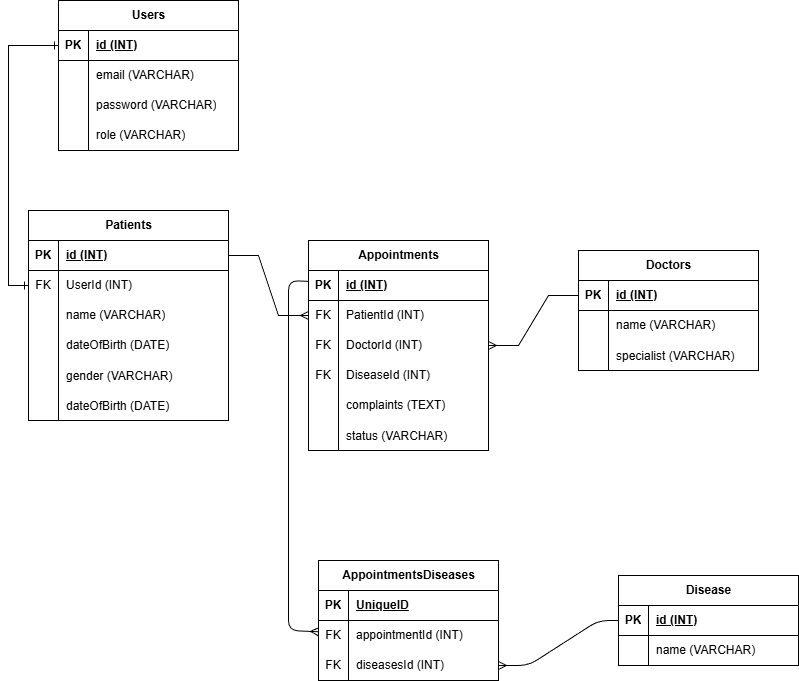
The draw.io diagram schema-db-Haidok.drawio.png in MaulanaAkhmad25/pair-project, before a commit. Source tidied: cells renumbered, new cells last; positions are measured from the earlier drawing's top-left corner, leaving out a move shared by most shapes.
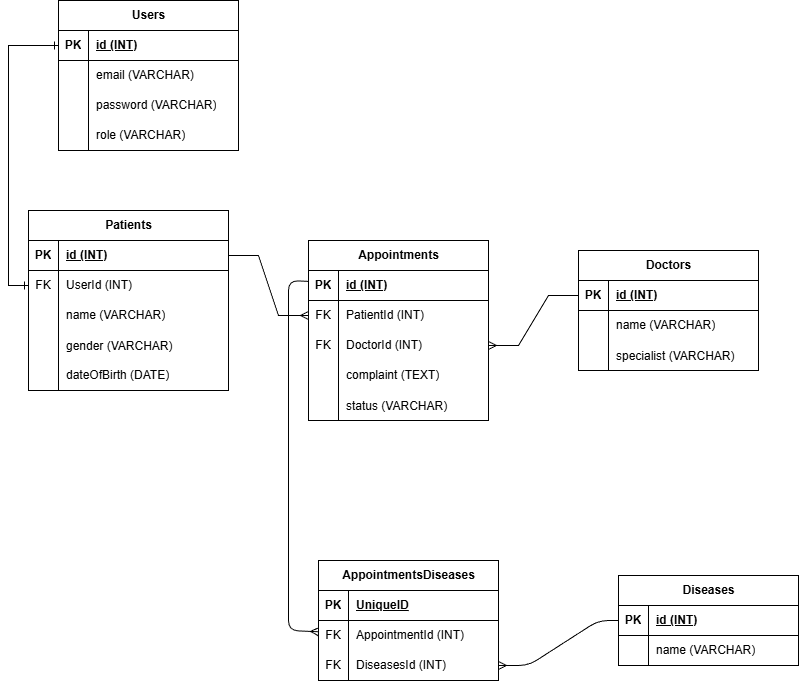
After the commit.

What changed in the source:
```diff
@@ -3,7 +3,7 @@
     <mxCell id="0" />
     <mxCell id="1" parent="0" />
     <mxCell id="2" value="Patients" style="shape=table;startSize=30;rowLines=0;fontStyle=1;align=center;html=1;" parent="1" vertex="1">
-      <mxGeometry x="20" y="210" width="200" height="210" as="geometry" />
+      <mxGeometry x="20" y="210" width="200" height="180" as="geometry" />
     </mxCell>
     <mxCell id="3" style="shape=tableRow;horizontal=0;startSize=0;swimlaneHead=0;swimlaneBody=0;fillColor=none;points=[[0,0.5],[1,0.5]];portConstraint=eastwest;top=0;left=0;right=0;bottom=1;" parent="2" vertex="1">
       <mxGeometry y="30" width="200" height="30" as="geometry" />
@@ -32,8 +32,17 @@
     <mxCell id="11" value="name (VARCHAR)" style="shape=partialRectangle;fillColor=none;top=0;left=0;bottom=0;right=0;align=left;spacingLeft=6;overflow=hidden;whiteSpace=wrap;html=1;" parent="9" vertex="1">
       <mxGeometry x="30" width="170" height="30" as="geometry" />
     </mxCell>
+    <mxCell id="15" style="shape=tableRow;horizontal=0;startSize=0;swimlaneHead=0;swimlaneBody=0;fillColor=none;top=0;left=0;right=0;bottom=0;" parent="2" vertex="1">
+      <mxGeometry y="120" width="200" height="30" as="geometry" />
+    </mxCell>
+    <mxCell id="16" style="shape=partialRectangle;fillColor=none;top=0;left=0;bottom=0;right=0;overflow=hidden;" parent="15" vertex="1">
+      <mxGeometry width="30" height="30" as="geometry" />
+    </mxCell>
+    <mxCell id="17" value="gender (VARCHAR)" style="shape=partialRectangle;fillColor=none;top=0;left=0;bottom=0;right=0;align=left;spacingLeft=6;overflow=hidden;" parent="15" vertex="1">
+      <mxGeometry x="30" width="170" height="30" as="geometry" />
+    </mxCell>
     <mxCell id="12" style="shape=tableRow;horizontal=0;startSize=0;swimlaneHead=0;swimlaneBody=0;fillColor=none;top=0;left=0;right=0;bottom=0;" parent="2" vertex="1">
-      <mxGeometry y="120" width="200" height="30" as="geometry" />
+      <mxGeometry y="150" width="200" height="30" as="geometry" />
     </mxCell>
     <mxCell id="13" style="shape=partialRectangle;fillColor=none;top=0;left=0;bottom=0;right=0;overflow=hidden;whiteSpace=wrap;html=1;" parent="12" vertex="1">
       <mxGeometry width="30" height="30" as="geometry" />
@@ -41,24 +50,6 @@
     <mxCell id="14" value="dateOfBirth (DATE)" style="shape=partialRectangle;fillColor=none;top=0;left=0;bottom=0;right=0;align=left;spacingLeft=6;overflow=hidden;whiteSpace=wrap;html=1;" parent="12" vertex="1">
       <mxGeometry x="30" width="170" height="30" as="geometry" />
     </mxCell>
-    <mxCell id="15" style="shape=tableRow;horizontal=0;startSize=0;swimlaneHead=0;swimlaneBody=0;fillColor=none;top=0;left=0;right=0;bottom=0;" parent="2" vertex="1">
-      <mxGeometry y="150" width="200" height="30" as="geometry" />
-    </mxCell>
-    <mxCell id="16" style="shape=partialRectangle;fillColor=none;top=0;left=0;bottom=0;right=0;overflow=hidden;" parent="15" vertex="1">
-      <mxGeometry width="30" height="30" as="geometry" />
-    </mxCell>
-    <mxCell id="17" value="gender (VARCHAR)" style="shape=partialRectangle;fillColor=none;top=0;left=0;bottom=0;right=0;align=left;spacingLeft=6;overflow=hidden;" parent="15" vertex="1">
-      <mxGeometry x="30" width="170" height="30" as="geometry" />
-    </mxCell>
-    <mxCell id="18" style="shape=tableRow;horizontal=0;startSize=0;swimlaneHead=0;swimlaneBody=0;fillColor=none;top=0;left=0;right=0;bottom=0;" parent="2" vertex="1">
-      <mxGeometry y="180" width="200" height="30" as="geometry" />
-    </mxCell>
-    <mxCell id="19" style="shape=partialRectangle;fillColor=none;top=0;left=0;bottom=0;right=0;overflow=hidden;" parent="18" vertex="1">
-      <mxGeometry width="30" height="30" as="geometry" />
-    </mxCell>
-    <mxCell id="20" value="dateOfBirth (DATE)" style="shape=partialRectangle;fillColor=none;top=0;left=0;bottom=0;right=0;align=left;spacingLeft=6;overflow=hidden;" parent="18" vertex="1">
-      <mxGeometry x="30" width="170" height="30" as="geometry" />
-    </mxCell>
     <mxCell id="21" value="Doctors" style="shape=table;startSize=30;rowLines=0;fontStyle=1;align=center;html=1;" parent="1" vertex="1">
       <mxGeometry x="570" y="250" width="180" height="120" as="geometry" />
     </mxCell>
@@ -89,7 +80,7 @@
     <mxCell id="30" value="specialist (VARCHAR)" style="shape=partialRectangle;fillColor=none;top=0;left=0;bottom=0;right=0;align=left;spacingLeft=6;overflow=hidden;" parent="28" vertex="1">
       <mxGeometry x="30" width="150" height="30" as="geometry" />
     </mxCell>
-    <mxCell id="31" value="Disease" style="shape=table;startSize=30;rowLines=0;fontStyle=1;align=center;html=1;" parent="1" vertex="1">
+    <mxCell id="31" value="Diseases" style="shape=table;startSize=30;rowLines=0;fontStyle=1;align=center;html=1;" parent="1" vertex="1">
       <mxGeometry x="610" y="575" width="180" height="90" as="geometry" />
     </mxCell>
     <mxCell id="32" style="shape=tableRow;horizontal=0;startSize=0;swimlaneHead=0;swimlaneBody=0;fillColor=none;points=[[0,0.5],[1,0.5]];portConstraint=eastwest;top=0;left=0;right=0;bottom=1;" parent="31" vertex="1">
@@ -111,7 +102,7 @@
       <mxGeometry x="30" width="150" height="30" as="geometry" />
     </mxCell>
     <mxCell id="38" value="Appointments" style="shape=table;startSize=30;rowLines=0;fontStyle=1;align=center;html=1;" parent="1" vertex="1">
-      <mxGeometry x="300" y="240" width="180" height="210" as="geometry" />
+      <mxGeometry x="300" y="240" width="180" height="180" as="geometry" />
     </mxCell>
     <mxCell id="39" style="shape=tableRow;horizontal=0;startSize=0;swimlaneHead=0;swimlaneBody=0;fillColor=none;points=[[0,0.5],[1,0.5]];portConstraint=eastwest;top=0;left=0;right=0;bottom=1;" parent="38" vertex="1">
       <mxGeometry y="30" width="180" height="30" as="geometry" />
@@ -140,26 +131,17 @@
     <mxCell id="47" value="DoctorId (INT)" style="shape=partialRectangle;fillColor=none;top=0;left=0;bottom=0;right=0;align=left;spacingLeft=6;fontStyle=0;overflow=hidden;whiteSpace=wrap;html=1;" parent="45" vertex="1">
       <mxGeometry x="30" width="150" height="30" as="geometry" />
     </mxCell>
-    <mxCell id="48" style="shape=tableRow;horizontal=0;startSize=0;swimlaneHead=0;swimlaneBody=0;fillColor=none;top=0;left=0;right=0;bottom=0;" parent="38" vertex="1">
-      <mxGeometry y="120" width="180" height="30" as="geometry" />
-    </mxCell>
-    <mxCell id="49" value="FK" style="shape=partialRectangle;fillColor=none;top=0;left=0;bottom=0;right=0;fontStyle=0;overflow=hidden;whiteSpace=wrap;html=1;" parent="48" vertex="1">
-      <mxGeometry width="30" height="30" as="geometry" />
-    </mxCell>
-    <mxCell id="50" value="DiseaseId (INT)" style="shape=partialRectangle;fillColor=none;top=0;left=0;bottom=0;right=0;align=left;spacingLeft=6;fontStyle=0;overflow=hidden;whiteSpace=wrap;html=1;" parent="48" vertex="1">
-      <mxGeometry x="30" width="150" height="30" as="geometry" />
-    </mxCell>
     <mxCell id="51" style="shape=tableRow;horizontal=0;startSize=0;swimlaneHead=0;swimlaneBody=0;fillColor=none;top=0;left=0;right=0;bottom=0;" parent="38" vertex="1">
-      <mxGeometry y="150" width="180" height="30" as="geometry" />
+      <mxGeometry y="120" width="180" height="30" as="geometry" />
     </mxCell>
     <mxCell id="52" style="shape=partialRectangle;fillColor=none;top=0;left=0;bottom=0;right=0;overflow=hidden;whiteSpace=wrap;html=1;" parent="51" vertex="1">
       <mxGeometry width="30" height="30" as="geometry" />
     </mxCell>
-    <mxCell id="53" value="complaints (TEXT)" style="shape=partialRectangle;fillColor=none;top=0;left=0;bottom=0;right=0;align=left;spacingLeft=6;overflow=hidden;whiteSpace=wrap;html=1;" parent="51" vertex="1">
+    <mxCell id="53" value="complaint (TEXT)" style="shape=partialRectangle;fillColor=none;top=0;left=0;bottom=0;right=0;align=left;spacingLeft=6;overflow=hidden;whiteSpace=wrap;html=1;" parent="51" vertex="1">
       <mxGeometry x="30" width="150" height="30" as="geometry" />
     </mxCell>
     <mxCell id="54" style="shape=tableRow;horizontal=0;startSize=0;swimlaneHead=0;swimlaneBody=0;fillColor=none;top=0;left=0;right=0;bottom=0;" parent="38" vertex="1">
-      <mxGeometry y="180" width="180" height="30" as="geometry" />
+      <mxGeometry y="150" width="180" height="30" as="geometry" />
     </mxCell>
     <mxCell id="55" style="shape=partialRectangle;fillColor=none;top=0;left=0;bottom=0;right=0;overflow=hidden;" parent="54" vertex="1">
       <mxGeometry width="30" height="30" as="geometry" />
@@ -238,7 +220,7 @@
     <mxCell id="78" value="FK" style="shape=partialRectangle;fillColor=none;top=0;left=0;bottom=0;right=0;fontStyle=0;overflow=hidden;whiteSpace=wrap;html=1;" parent="77" vertex="1">
       <mxGeometry width="30" height="30" as="geometry" />
     </mxCell>
-    <mxCell id="79" value="appointmentId (INT)" style="shape=partialRectangle;fillColor=none;top=0;left=0;bottom=0;right=0;align=left;spacingLeft=6;fontStyle=0;overflow=hidden;whiteSpace=wrap;html=1;" parent="77" vertex="1">
+    <mxCell id="79" value="AppointmentId (INT)" style="shape=partialRectangle;fillColor=none;top=0;left=0;bottom=0;right=0;align=left;spacingLeft=6;fontStyle=0;overflow=hidden;whiteSpace=wrap;html=1;" parent="77" vertex="1">
       <mxGeometry x="30" width="150" height="30" as="geometry" />
     </mxCell>
     <mxCell id="80" style="shape=tableRow;horizontal=0;startSize=0;swimlaneHead=0;swimlaneBody=0;fillColor=none;points=[[0,0.5],[1,0.5]];portConstraint=eastwest;top=0;left=0;right=0;bottom=0;" parent="73" vertex="1">
@@ -247,7 +229,7 @@
     <mxCell id="81" value="FK" style="shape=partialRectangle;fillColor=none;top=0;left=0;bottom=0;right=0;fontStyle=0;overflow=hidden;whiteSpace=wrap;html=1;" parent="80" vertex="1">
       <mxGeometry width="30" height="30" as="geometry" />
     </mxCell>
-    <mxCell id="82" value="diseasesId (INT)" style="shape=partialRectangle;fillColor=none;top=0;left=0;bottom=0;right=0;align=left;spacingLeft=6;fontStyle=0;overflow=hidden;whiteSpace=wrap;html=1;" parent="80" vertex="1">
+    <mxCell id="82" value="DiseasesId (INT)" style="shape=partialRectangle;fillColor=none;top=0;left=0;bottom=0;right=0;align=left;spacingLeft=6;fontStyle=0;overflow=hidden;whiteSpace=wrap;html=1;" parent="80" vertex="1">
       <mxGeometry x="30" width="150" height="30" as="geometry" />
     </mxCell>
     <mxCell id="83" style="edgeStyle=none;html=1;endArrow=ERmany;endFill=0;" parent="1" edge="1" source="39" target="77">
```
